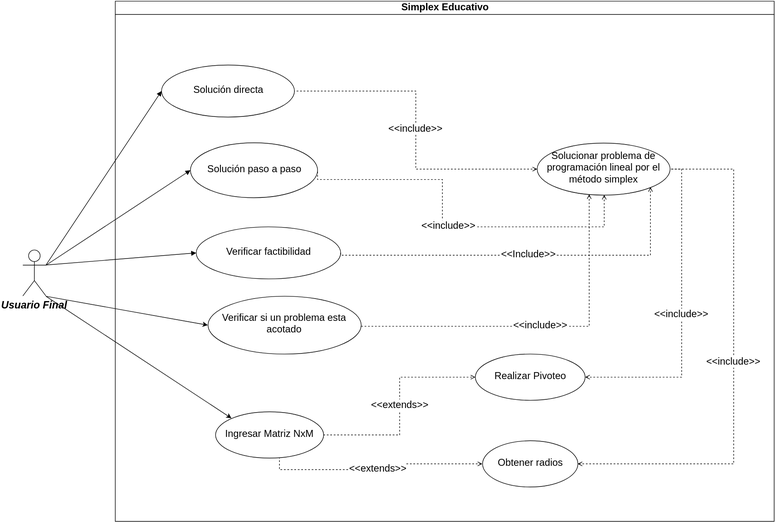
fm0195/Simplex_Educativo keeps this draw.io diagram as Diagramas/Casos de Uso.svg. Above is the earlier version. Source tidied: cells renumbered, new cells last; positions are measured from the earlier drawing's top-left corner, leaving out a move shared by most shapes.
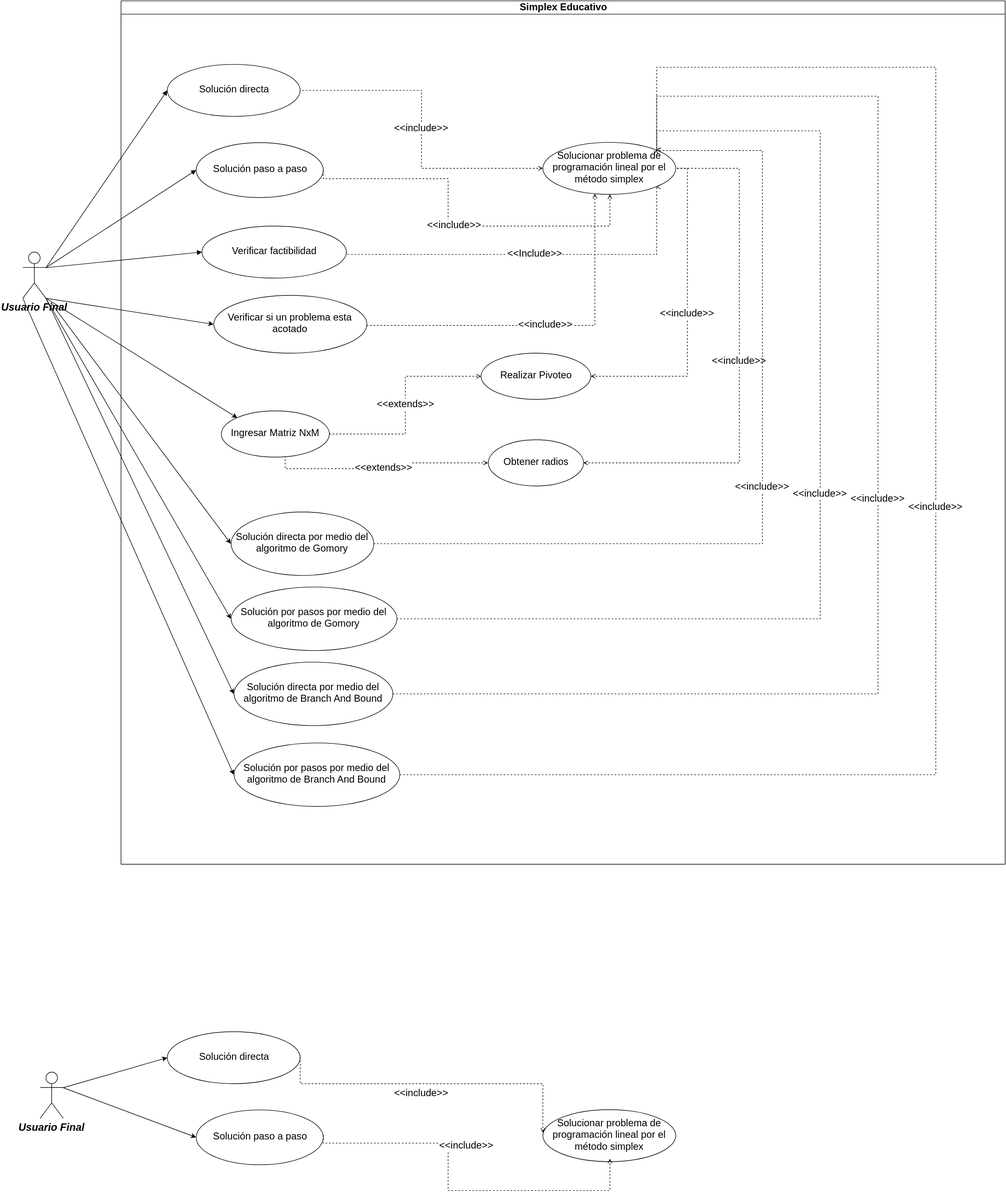
Above is the later version.

What changed in the source:
```diff
@@ -15,7 +15,7 @@
       <mxGeometry as="geometry" />
     </mxCell>
     <mxCell id="6" value="Simplex Educativo" style="swimlane;whiteSpace=wrap;html=1;fontSize=17;" parent="1" vertex="1">
-      <mxGeometry x="160" width="1140" height="900" as="geometry" />
+      <mxGeometry x="170" y="-5" width="1530" height="1495" as="geometry" />
     </mxCell>
     <mxCell id="7" value="Solucionar problema de programación lineal por el método simplex" style="ellipse;whiteSpace=wrap;html=1;fontSize=17;" parent="6" vertex="1">
       <mxGeometry x="730" y="245" width="230" height="90" as="geometry" />
@@ -46,7 +46,7 @@
       <mxGeometry relative="1" as="geometry">
         <Array as="points">
           <mxPoint x="390" y="439" />
-          <mxPoint x="926" y="439" />
+          <mxPoint x="927" y="439" />
         </Array>
       </mxGeometry>
     </mxCell>
@@ -92,11 +92,112 @@
         </Array>
       </mxGeometry>
     </mxCell>
+    <mxCell id="25" value="&lt;font style=&quot;font-size: 17px&quot;&gt;Solución directa por medio del algoritmo de Gomory&lt;/font&gt;" style="ellipse;whiteSpace=wrap;html=1;strokeWidth=1;fontSize=12;" parent="6" vertex="1">
+      <mxGeometry x="190" y="885" width="247" height="110" as="geometry" />
+    </mxCell>
+    <mxCell id="26" value="&amp;lt;&amp;lt;include&amp;gt;&amp;gt;" style="edgeStyle=orthogonalEdgeStyle;rounded=0;html=1;entryX=1;entryY=0;dashed=1;startArrow=none;startFill=0;endArrow=open;endFill=0;jettySize=auto;fontSize=17;" parent="6" edge="1" source="27" target="7">
+      <mxGeometry relative="1" as="geometry">
+        <Array as="points">
+          <mxPoint x="1210" y="1070" />
+          <mxPoint x="1210" y="225" />
+          <mxPoint x="927" y="225" />
+        </Array>
+      </mxGeometry>
+    </mxCell>
+    <mxCell id="27" value="&lt;font style=&quot;font-size: 17px&quot;&gt;Solución por pasos por medio del algoritmo de Gomory&lt;/font&gt;" style="ellipse;whiteSpace=wrap;html=1;strokeWidth=1;fontSize=12;" parent="6" vertex="1">
+      <mxGeometry x="190" y="1015" width="287" height="110" as="geometry" />
+    </mxCell>
+    <mxCell id="28" value="&lt;font style=&quot;font-size: 17px&quot;&gt;Solución por pasos por medio del algoritmo de Branch And Bound&lt;/font&gt;" style="ellipse;whiteSpace=wrap;html=1;strokeWidth=1;fontSize=12;" parent="6" vertex="1">
+      <mxGeometry x="195" y="1285" width="287" height="110" as="geometry" />
+    </mxCell>
+    <mxCell id="29" value="&lt;font style=&quot;font-size: 17px&quot;&gt;Solución directa por medio del algoritmo de Branch And Bound&lt;/font&gt;" style="ellipse;whiteSpace=wrap;html=1;strokeWidth=1;fontSize=12;" parent="6" vertex="1">
+      <mxGeometry x="195" y="1145" width="275" height="110" as="geometry" />
+    </mxCell>
+    <mxCell id="30" value="&lt;font style=&quot;font-size: 17px&quot;&gt;&amp;lt;&amp;lt;include&amp;gt;&amp;gt;&lt;/font&gt;" style="edgeStyle=orthogonalEdgeStyle;rounded=0;html=1;startArrow=none;startFill=0;endArrow=open;endFill=0;jettySize=auto;fontSize=12;entryX=1;entryY=0;dashed=1;" parent="6" edge="1" source="25" target="7">
+      <mxGeometry relative="1" as="geometry">
+        <Array as="points">
+          <mxPoint x="1110" y="940" />
+          <mxPoint x="1110" y="259" />
+        </Array>
+      </mxGeometry>
+    </mxCell>
+    <mxCell id="31" value="&amp;lt;&amp;lt;include&amp;gt;&amp;gt;" style="edgeStyle=orthogonalEdgeStyle;rounded=0;html=1;dashed=1;startArrow=none;startFill=0;endArrow=open;endFill=0;jettySize=auto;fontSize=17;entryX=1;entryY=0;" parent="6" edge="1" source="28" target="7">
+      <mxGeometry relative="1" as="geometry">
+        <Array as="points">
+          <mxPoint x="1410" y="1340" />
+          <mxPoint x="1410" y="115" />
+          <mxPoint x="927" y="115" />
+        </Array>
+      </mxGeometry>
+    </mxCell>
+    <mxCell id="32" value="&amp;lt;&amp;lt;include&amp;gt;&amp;gt;" style="edgeStyle=orthogonalEdgeStyle;rounded=0;html=1;dashed=1;startArrow=none;startFill=0;endArrow=open;endFill=0;jettySize=auto;fontSize=17;entryX=1;entryY=0;" parent="6" edge="1" source="29" target="7">
+      <mxGeometry relative="1" as="geometry">
+        <Array as="points">
+          <mxPoint x="1310" y="1200" />
+          <mxPoint x="1310" y="165" />
+          <mxPoint x="927" y="165" />
+        </Array>
+      </mxGeometry>
+    </mxCell>
     <mxCell id="23" style="endArrow=classic;html=1;fontSize=17;exitX=1;exitY=1;exitPerimeter=0;entryX=0;entryY=0.5;" parent="1" edge="1" source="2" target="14">
       <mxGeometry relative="1" as="geometry" />
     </mxCell>
     <mxCell id="24" style="endArrow=classic;html=1;fontSize=17;exitX=1;exitY=1;exitPerimeter=0;entryX=0;entryY=0;" parent="1" edge="1" source="2" target="16">
       <mxGeometry x="-180" y="170" as="geometry" />
     </mxCell>
+    <mxCell id="33" style="endArrow=classic;html=1;fontSize=17;exitX=1;exitY=1;exitPerimeter=0;entryX=0;entryY=0.5;" parent="1" edge="1" target="25">
+      <mxGeometry x="-170" y="180" as="geometry">
+        <mxPoint x="50" y="519.5" as="sourcePoint" />
+      </mxGeometry>
+    </mxCell>
+    <mxCell id="34" style="endArrow=classic;html=1;fontSize=17;exitX=1;exitY=1;exitPerimeter=0;entryX=0;entryY=0.5;" parent="1" edge="1" source="2" target="27">
+      <mxGeometry x="-160" y="190" as="geometry" />
+    </mxCell>
+    <mxCell id="35" style="endArrow=classic;html=1;fontSize=17;exitX=1;exitY=1;exitPerimeter=0;entryX=0;entryY=0.5;" parent="1" edge="1" source="2" target="29">
+      <mxGeometry x="-150" y="200" as="geometry" />
+    </mxCell>
+    <mxCell id="36" style="endArrow=classic;html=1;fontSize=17;exitX=0;exitY=1;exitPerimeter=0;entryX=0;entryY=0.5;" parent="1" edge="1" source="2" target="28">
+      <mxGeometry x="-140" y="210" as="geometry" />
+    </mxCell>
+    <mxCell id="37" value="Usuario Final" style="shape=umlActor;verticalLabelPosition=bottom;verticalAlign=top;fillColor=#FFFFFF;strokeColor=#000000;fontStyle=3;fontSize=18;fontFamily=Helvetica;strokeWidth=1;html=1;gradientColor=none;" parent="1" vertex="1">
+      <mxGeometry x="30" y="1850" width="40" height="80" as="geometry" />
+    </mxCell>
+    <mxCell id="38" value="Solucionar problema de programación lineal por el método simplex" style="ellipse;whiteSpace=wrap;html=1;fontSize=17;" parent="1" vertex="1">
+      <mxGeometry x="900" y="1915" width="230" height="90" as="geometry" />
+    </mxCell>
+    <mxCell id="39" value="Solución directa" style="ellipse;whiteSpace=wrap;html=1;fontSize=17;" parent="1" vertex="1">
+      <mxGeometry x="250" y="1780" width="230" height="90" as="geometry" />
+    </mxCell>
+    <mxCell id="40" value="&lt;span&gt;Solución paso a paso&lt;/span&gt;" style="ellipse;whiteSpace=wrap;html=1;fontSize=17;" parent="1" vertex="1">
+      <mxGeometry x="300" y="1915" width="220" height="95" as="geometry" />
+    </mxCell>
+    <mxCell id="41" value="&amp;lt;&amp;lt;include&amp;gt;&amp;gt;" style="edgeStyle=orthogonalEdgeStyle;rounded=0;html=1;entryX=1;entryY=0.5;startArrow=open;startFill=0;endArrow=none;endFill=0;jettySize=auto;orthogonalLoop=1;fontSize=17;dashed=1;" parent="1" edge="1">
+      <mxGeometry x="720" y="1550" as="geometry">
+        <mxPoint x="900" y="1955" as="sourcePoint" />
+        <mxPoint x="480" y="1820" as="targetPoint" />
+        <Array as="points">
+          <mxPoint x="900" y="1870" />
+          <mxPoint x="480" y="1870" />
+        </Array>
+      </mxGeometry>
+    </mxCell>
+    <mxCell id="42" value="&amp;lt;&amp;lt;include&amp;gt;&amp;gt;" style="edgeStyle=orthogonalEdgeStyle;rounded=0;html=1;entryX=1;entryY=0.5;dashed=1;startArrow=open;startFill=0;endArrow=none;endFill=0;jettySize=auto;orthogonalLoop=1;fontSize=17;" parent="1" edge="1">
+      <mxGeometry x="760" y="1688" as="geometry">
+        <mxPoint x="1016" y="2000" as="sourcePoint" />
+        <mxPoint x="520" y="1958" as="targetPoint" />
+        <Array as="points">
+          <mxPoint x="1016" y="2055" />
+          <mxPoint x="736" y="2055" />
+          <mxPoint x="736" y="1973" />
+          <mxPoint x="520" y="1973" />
+        </Array>
+      </mxGeometry>
+    </mxCell>
+    <mxCell id="43" style="endArrow=classic;html=1;exitX=1;exitY=0.3333333333333333;exitPerimeter=0;entryX=0;entryY=0.5;" parent="1" edge="1" source="37" target="39">
+      <mxGeometry relative="1" as="geometry" />
+    </mxCell>
+    <mxCell id="44" style="endArrow=classic;html=1;exitX=1;exitY=0.3333333333333333;exitPerimeter=0;entryX=0;entryY=0.5;" parent="1" edge="1" source="37" target="40">
+      <mxGeometry relative="1" as="geometry" />
+    </mxCell>
   </root>
 </mxGraphModel>
```
